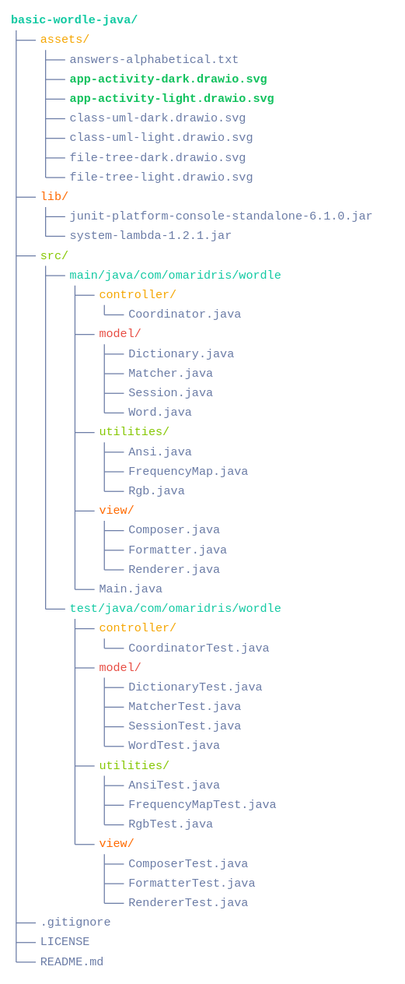
Earlier version of the draw.io export assets/file-tree-light.drawio.svg (actuallyhollow/basic-wordle-java). Source tidied: cells renumbered, new cells last; positions are measured from the earlier drawing's top-left corner, leaving out a move shared by most shapes.
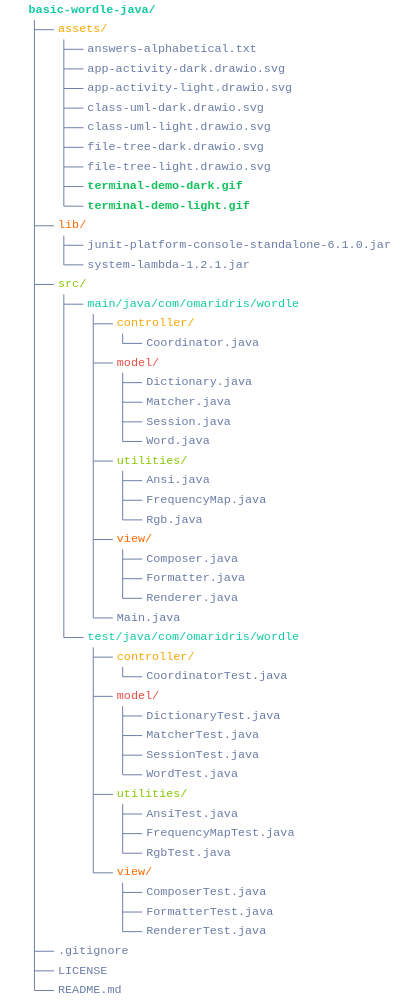
The same file after the commit.

Commit message:
docs(assets): add terminal-demo and refine assets

Diff of the diagram source:
```diff
@@ -3,20 +3,17 @@
     <mxCell id="0" />
     <mxCell id="1" parent="0" />
     <mxCell id="2" value="assets/" style="text;html=1;align=left;verticalAlign=middle;strokeColor=none;fillColor=none;fontFamily=Menlo, Monaco, 'Courier New', monospace;spacing=0;fontColor=light-dark(#F5A600,#FBBF24);" parent="1" vertex="1">
-      <mxGeometry x="30" y="20" width="70" height="20" as="geometry" />
+      <mxGeometry x="30" y="-20" width="70" height="20" as="geometry" />
     </mxCell>
     <mxCell id="3" value="basic-wordle-java/" style="text;html=1;align=left;verticalAlign=middle;strokeColor=none;fillColor=none;fontFamily=Menlo, Monaco, 'Courier New', monospace;spacing=0;fontStyle=1;fontSize=12;fontColor=light-dark(#11C9A2,#4AD5B0);" parent="1" vertex="1">
-      <mxGeometry width="150" height="20" as="geometry" />
+      <mxGeometry y="-40" width="150" height="20" as="geometry" />
     </mxCell>
     <mxCell id="4" value="answers-alphabetical.txt" style="text;html=1;align=left;verticalAlign=middle;strokeColor=none;fillColor=none;fontFamily=Menlo, Monaco, 'Courier New', monospace;spacing=0;fontColor=light-dark(#6B7CA6,#A0AABF);" parent="1" vertex="1">
-      <mxGeometry x="60" y="40" width="190" height="20" as="geometry" />
+      <mxGeometry x="60" width="190" height="20" as="geometry" />
     </mxCell>
-    <mxCell id="5" value="app-activity-light.drawio.svg" style="text;html=1;align=left;verticalAlign=middle;strokeColor=none;fillColor=none;fontFamily=Menlo, Monaco, 'Courier New', monospace;spacing=0;fontColor=light-dark(#10C15D,#2DCD73);fontStyle=1;" parent="1" vertex="1">
-      <mxGeometry x="60" y="80" width="230" height="20" as="geometry" />
-    </mxCell>
     <mxCell id="6" style="edgeStyle=none;orthogonalLoop=1;jettySize=auto;html=1;endArrow=none;endFill=0;strokeColor=light-dark(#6B7CA6,#A0AABF);" parent="1" edge="1">
       <mxGeometry relative="1" as="geometry">
-        <mxPoint x="5" y="20" as="sourcePoint" />
+        <mxPoint x="5" y="-20" as="sourcePoint" />
         <mxPoint x="5" y="970" as="targetPoint" />
       </mxGeometry>
     </mxCell>
@@ -454,8 +451,8 @@
     </mxCell>
     <mxCell id="99" style="edgeStyle=none;orthogonalLoop=1;jettySize=auto;html=1;endArrow=none;endFill=0;strokeColor=light-dark(#6B7CA6,#A0AABF);" parent="1" edge="1">
       <mxGeometry relative="1" as="geometry">
-        <mxPoint x="5" y="30" as="sourcePoint" />
-        <mxPoint x="25" y="30" as="targetPoint" />
+        <mxPoint x="5" y="-10" as="sourcePoint" />
+        <mxPoint x="25" y="-10" as="targetPoint" />
       </mxGeometry>
     </mxCell>
     <mxCell id="100" style="edgeStyle=none;orthogonalLoop=1;jettySize=auto;html=1;endArrow=none;endFill=0;strokeColor=light-dark(#6B7CA6,#A0AABF);" parent="1" edge="1">
@@ -466,7 +463,7 @@
     </mxCell>
     <mxCell id="101" style="edgeStyle=none;orthogonalLoop=1;jettySize=auto;html=1;endArrow=none;endFill=0;strokeColor=light-dark(#6B7CA6,#A0AABF);" parent="1" edge="1">
       <mxGeometry relative="1" as="geometry">
-        <mxPoint x="35" y="40" as="sourcePoint" />
+        <mxPoint x="35" as="sourcePoint" />
         <mxPoint x="35" y="170" as="targetPoint" />
       </mxGeometry>
     </mxCell>
@@ -482,8 +479,8 @@
         <mxPoint x="55" y="170" as="targetPoint" />
       </mxGeometry>
     </mxCell>
-    <mxCell id="104" value="app-activity-dark.drawio.svg" style="text;html=1;align=left;verticalAlign=middle;strokeColor=none;fillColor=none;fontFamily=Menlo, Monaco, 'Courier New', monospace;spacing=0;fontColor=light-dark(#10C15D,#2DCD73);fontStyle=1;" parent="1" vertex="1">
-      <mxGeometry x="60" y="60" width="220" height="20" as="geometry" />
+    <mxCell id="104" value="terminal-demo-dark.gif" style="text;html=1;align=left;verticalAlign=middle;strokeColor=none;fillColor=none;fontFamily=Menlo, Monaco, 'Courier New', monospace;spacing=0;fontColor=light-dark(#10C15D,#2DCD73);fontStyle=1;" parent="1" vertex="1">
+      <mxGeometry x="60" y="140" width="180" height="20" as="geometry" />
     </mxCell>
     <mxCell id="105" style="edgeStyle=none;orthogonalLoop=1;jettySize=auto;html=1;endArrow=none;endFill=0;strokeColor=light-dark(#6B7CA6,#A0AABF);" parent="1" edge="1">
       <mxGeometry relative="1" as="geometry">
@@ -498,16 +495,16 @@
       </mxGeometry>
     </mxCell>
     <mxCell id="107" value="class-uml-dark.drawio.svg" style="text;html=1;align=left;verticalAlign=middle;strokeColor=none;fillColor=none;fontFamily=Menlo, Monaco, 'Courier New', monospace;spacing=0;fontColor=light-dark(#6B7CA6,#A0AABF);" parent="1" vertex="1">
-      <mxGeometry x="60" y="100" width="200" height="20" as="geometry" />
+      <mxGeometry x="60" y="60" width="200" height="20" as="geometry" />
     </mxCell>
     <mxCell id="108" value="class-uml-light.drawio.svg" style="text;html=1;align=left;verticalAlign=middle;strokeColor=none;fillColor=none;fontFamily=Menlo, Monaco, 'Courier New', monospace;spacing=0;fontColor=light-dark(#6B7CA6,#A0AABF);" parent="1" vertex="1">
-      <mxGeometry x="60" y="120" width="210" height="20" as="geometry" />
+      <mxGeometry x="60" y="80" width="210" height="20" as="geometry" />
     </mxCell>
     <mxCell id="109" value="file-tree-dark.drawio.svg" style="text;html=1;align=left;verticalAlign=middle;strokeColor=none;fillColor=none;fontFamily=Menlo, Monaco, 'Courier New', monospace;spacing=0;fontColor=light-dark(#6B7CA6,#A0AABF);" parent="1" vertex="1">
-      <mxGeometry x="60" y="140" width="200" height="20" as="geometry" />
+      <mxGeometry x="60" y="100" width="200" height="20" as="geometry" />
     </mxCell>
     <mxCell id="110" value="file-tree-light.drawio.svg" style="text;html=1;align=left;verticalAlign=middle;strokeColor=none;fillColor=none;fontFamily=Menlo, Monaco, 'Courier New', monospace;spacing=0;fontColor=light-dark(#6B7CA6,#A0AABF);" parent="1" vertex="1">
-      <mxGeometry x="60" y="160" width="210" height="20" as="geometry" />
+      <mxGeometry x="60" y="120" width="210" height="20" as="geometry" />
     </mxCell>
     <mxCell id="111" style="edgeStyle=none;orthogonalLoop=1;jettySize=auto;html=1;endArrow=none;endFill=0;strokeColor=light-dark(#6B7CA6,#A0AABF);" parent="1" edge="1">
       <mxGeometry relative="1" as="geometry">
@@ -521,5 +518,29 @@
         <mxPoint x="55" y="50" as="targetPoint" />
       </mxGeometry>
     </mxCell>
+    <mxCell id="113" value="&lt;div&gt;&lt;br&gt;&lt;/div&gt;&lt;div&gt;&lt;div style=&quot;scrollbar-color: rgb(75, 75, 75) rgb(27, 29, 30);&quot;&gt;&lt;div style=&quot;scrollbar-color: rgb(75, 75, 75) rgb(27, 29, 30);&quot;&gt;&lt;/div&gt;&lt;/div&gt;&lt;/div&gt;" style="text;align=center;verticalAlign=middle;spacingLeft=4;spacingRight=4;overflow=hidden;whiteSpace=wrap;html=1;fontFamily=Menlo, Monaco, 'Courier New', monospace;fillColor=none;strokeColor=none;fontSize=12;rounded=0;glass=0;fontColor=#000000;" parent="1" vertex="1">
+      <mxGeometry x="-30" y="-40" width="30" height="1020" as="geometry" />
+    </mxCell>
+    <mxCell id="114" value="terminal-demo-light.gif" style="text;html=1;align=left;verticalAlign=middle;strokeColor=none;fillColor=none;fontFamily=Menlo, Monaco, 'Courier New', monospace;spacing=0;fontColor=light-dark(#10C15D,#2DCD73);fontStyle=1;" parent="1" vertex="1">
+      <mxGeometry x="60" y="160" width="190" height="20" as="geometry" />
+    </mxCell>
+    <mxCell id="115" value="app-activity-dark.drawio.svg" style="text;html=1;align=left;verticalAlign=middle;strokeColor=none;fillColor=none;fontFamily=Menlo, Monaco, 'Courier New', monospace;spacing=0;fontColor=light-dark(#6B7CA6,#A0AABF);" parent="1" vertex="1">
+      <mxGeometry x="60" y="20" width="220" height="20" as="geometry" />
+    </mxCell>
+    <mxCell id="5" value="app-activity-light.drawio.svg" style="text;html=1;align=left;verticalAlign=middle;strokeColor=none;fillColor=none;fontFamily=Menlo, Monaco, 'Courier New', monospace;spacing=0;fontColor=light-dark(#6B7CA6,#A0AABF);" parent="1" vertex="1">
+      <mxGeometry x="60" y="40" width="230" height="20" as="geometry" />
+    </mxCell>
+    <mxCell id="116" style="edgeStyle=none;orthogonalLoop=1;jettySize=auto;html=1;endArrow=none;endFill=0;strokeColor=light-dark(#6B7CA6,#A0AABF);" parent="1" edge="1">
+      <mxGeometry relative="1" as="geometry">
+        <mxPoint x="35" y="10" as="sourcePoint" />
+        <mxPoint x="55" y="10" as="targetPoint" />
+      </mxGeometry>
+    </mxCell>
+    <mxCell id="117" style="edgeStyle=none;orthogonalLoop=1;jettySize=auto;html=1;endArrow=none;endFill=0;strokeColor=light-dark(#6B7CA6,#A0AABF);" parent="1" edge="1">
+      <mxGeometry relative="1" as="geometry">
+        <mxPoint x="35" y="30" as="sourcePoint" />
+        <mxPoint x="55" y="30" as="targetPoint" />
+      </mxGeometry>
+    </mxCell>
   </root>
 </mxGraphModel>
```
